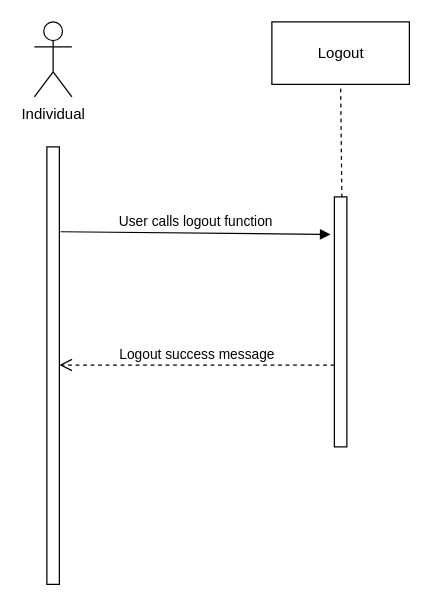
Earlier version of the draw.io diagram page "logout" (2 of 3) of sequence_curse.drawio (peterklem/CURSE). Source tidied: cells renumbered, new cells numbered last; positions are measured from the earlier drawing's top-left corner, leaving out a move shared by most shapes. Both pictures are drawn from the tidied source at 125%, with x=0, y=0 at pixel (34, 21).
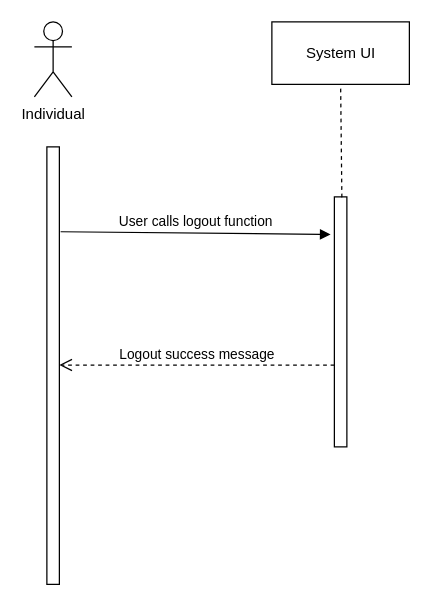
The same page after the edit.

Diff of the diagram source:
```diff
@@
 <mxGraphModel>
   <root>
     <mxCell id="0" />
     <mxCell id="1" parent="0" />
     <mxCell id="2" value="Individual" style="shape=umlActor;verticalLabelPosition=bottom;labelBackgroundColor=#ffffff;verticalAlign=top;html=1;" parent="1" vertex="1">
       <mxGeometry width="30" height="60" as="geometry" />
     </mxCell>
     <mxCell id="3" style="html=1;points=[];perimeter=orthogonalPerimeter;" parent="1" vertex="1">
       <mxGeometry x="10" y="100" width="10" height="350" as="geometry" />
     </mxCell>
     <mxCell id="4" value="User calls logout function" style="html=1;verticalAlign=bottom;endArrow=block;exitX=1.1;exitY=0.194;exitDx=0;exitDy=0;exitPerimeter=0;" parent="1" edge="1" source="3">
       <mxGeometry relative="1" as="geometry">
         <mxPoint x="237" y="170" as="targetPoint" />
       </mxGeometry>
     </mxCell>
-    <mxCell id="5" value="Logout" style="html=1;" parent="1" vertex="1">
+    <mxCell id="5" value="System UI" style="html=1;" parent="1" vertex="1">
       <mxGeometry x="190" width="110" height="50" as="geometry" />
     </mxCell>
     <mxCell id="6" style="html=1;points=[];perimeter=orthogonalPerimeter;" parent="1" vertex="1">
       <mxGeometry x="240" y="140" width="10" height="200" as="geometry" />
     </mxCell>
     <mxCell id="7" style="endArrow=none;dashed=1;html=1;exitX=0.6;exitY=0.002;exitDx=0;exitDy=0;exitPerimeter=0;" parent="1" edge="1" source="6">
       <mxGeometry relative="1" as="geometry">
         <mxPoint x="245" y="50" as="targetPoint" />
       </mxGeometry>
     </mxCell>
     <mxCell id="8" value="Logout success message" style="html=1;verticalAlign=bottom;endArrow=open;dashed=1;endSize=8;" parent="1" edge="1" target="3">
       <mxGeometry relative="1" as="geometry">
         <mxPoint x="240" y="274.5" as="sourcePoint" />
       </mxGeometry>
     </mxCell>
   </root>
 </mxGraphModel>
```
